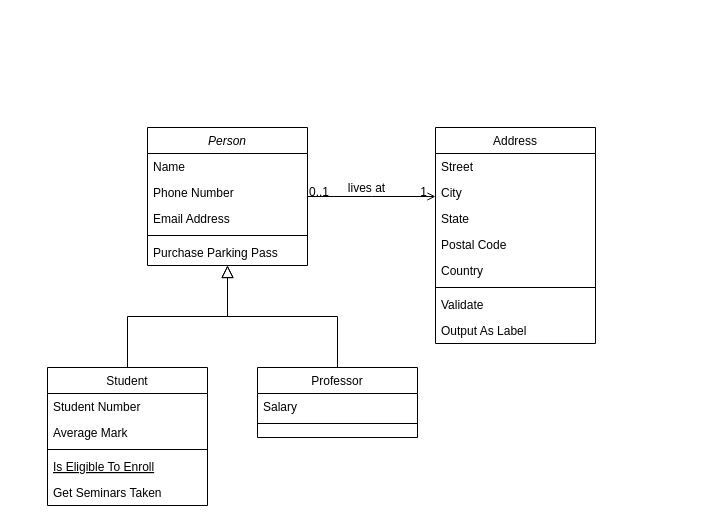
Above: Diagrama sin título.drawio in Mafesita23/Mensajeria (draw.io), before the change. Source tidied: cells renumbered, new cells numbered last; positions are measured from the earlier drawing's top-left corner, leaving out a move shared by most shapes. Both pictures are drawn from the tidied source at 100%, with x=0, y=0 at pixel (47, 127).
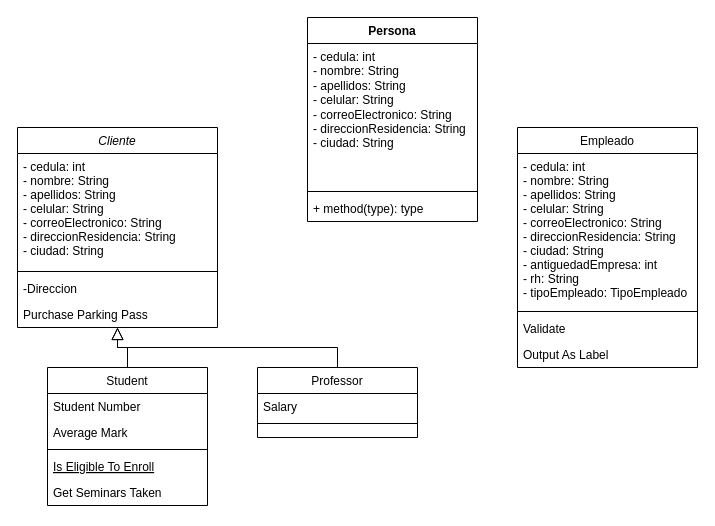
After the change.

Change to the diagram source:
```diff
@@
-    <mxCell id="2" value="Person" style="swimlane;fontStyle=2;align=center;verticalAlign=top;horizontal=1;startSize=26;rounded=0;shadow=0;strokeWidth=1;" parent="1" vertex="1">
-      <mxGeometry x="100" width="160" height="138" as="geometry" />
+    <mxCell id="2" value="Cliente" style="swimlane;fontStyle=2;align=center;verticalAlign=top;horizontal=1;startSize=26;rounded=0;shadow=0;strokeWidth=1;" parent="1" vertex="1">
+      <mxGeometry x="-30" width="200" height="200" as="geometry" />
     </mxCell>
-    <mxCell id="3" value="Name" style="text;align=left;verticalAlign=top;spacingLeft=4;spacingRight=4;overflow=hidden;" parent="2" vertex="1">
-      <mxGeometry y="26" width="160" height="26" as="geometry" />
+    <mxCell id="3" value="- cedula: int   &#10;- nombre: String&#10;- apellidos: String &#10;- celular: String&#10;- correoElectronico: String &#10;- direccionResidencia: String &#10;- ciudad: String " style="text;align=left;verticalAlign=top;spacingLeft=4;spacingRight=4;overflow=hidden;" parent="2" vertex="1">
+      <mxGeometry y="26" width="200" height="114" as="geometry" />
     </mxCell>
-    <mxCell id="4" value="Phone Number" style="text;align=left;verticalAlign=top;spacingLeft=4;spacingRight=4;overflow=hidden;rounded=0;shadow=0;html=0;" parent="2" vertex="1">
-      <mxGeometry y="52" width="160" height="26" as="geometry" />
-    </mxCell>
-    <mxCell id="5" value="Email Address" style="text;align=left;verticalAlign=top;spacingLeft=4;spacingRight=4;overflow=hidden;rounded=0;shadow=0;html=0;" parent="2" vertex="1">
-      <mxGeometry y="78" width="160" height="26" as="geometry" />
-    </mxCell>
     <mxCell id="6" style="line;html=1;strokeWidth=1;align=left;verticalAlign=middle;spacingTop=-1;spacingLeft=3;spacingRight=3;labelPosition=right;" parent="2" vertex="1">
-      <mxGeometry y="104" width="160" height="8" as="geometry" />
+      <mxGeometry y="140" width="200" height="8" as="geometry" />
     </mxCell>
-    <mxCell id="7" value="Purchase Parking Pass" style="text;align=left;verticalAlign=top;spacingLeft=4;spacingRight=4;overflow=hidden;" parent="2" vertex="1">
-      <mxGeometry y="112" width="160" height="26" as="geometry" />
+    <mxCell id="7" value="-Direccion&#10;" style="text;align=left;verticalAlign=top;spacingLeft=4;spacingRight=4;overflow=hidden;" parent="2" vertex="1">
+      <mxGeometry y="148" width="200" height="26" as="geometry" />
     </mxCell>
+    <mxCell id="32" value="Purchase Parking Pass" style="text;align=left;verticalAlign=top;spacingLeft=4;spacingRight=4;overflow=hidden;" parent="2" vertex="1">
+      <mxGeometry y="174" width="200" height="26" as="geometry" />
+    </mxCell>
@@
-    <mxCell id="19" value="Address" style="swimlane;fontStyle=0;align=center;verticalAlign=top;horizontal=1;startSize=26;rounded=0;shadow=0;strokeWidth=1;" parent="1" vertex="1">
-      <mxGeometry x="388" width="160" height="216" as="geometry" />
+    <mxCell id="19" value="Empleado" style="swimlane;fontStyle=0;align=center;verticalAlign=top;horizontal=1;startSize=26;rounded=0;shadow=0;strokeWidth=1;" parent="1" vertex="1">
+      <mxGeometry x="470" width="180" height="240" as="geometry" />
     </mxCell>
-    <mxCell id="20" value="Street" style="text;align=left;verticalAlign=top;spacingLeft=4;spacingRight=4;overflow=hidden;" parent="19" vertex="1">
-      <mxGeometry y="26" width="160" height="26" as="geometry" />
+    <mxCell id="20" value="- cedula: int   &#10;- nombre: String&#10;- apellidos: String &#10;- celular: String&#10;- correoElectronico: String &#10;- direccionResidencia: String &#10;- ciudad: String &#10;- antiguedadEmpresa: int &#10;- rh: String     &#10;- tipoEmpleado: TipoEmpleado " style="text;align=left;verticalAlign=top;spacingLeft=4;spacingRight=4;overflow=hidden;" parent="19" vertex="1">
+      <mxGeometry y="26" width="180" height="154" as="geometry" />
     </mxCell>
-    <mxCell id="21" value="City" style="text;align=left;verticalAlign=top;spacingLeft=4;spacingRight=4;overflow=hidden;rounded=0;shadow=0;html=0;" parent="19" vertex="1">
-      <mxGeometry y="52" width="160" height="26" as="geometry" />
-    </mxCell>
-    <mxCell id="22" value="State" style="text;align=left;verticalAlign=top;spacingLeft=4;spacingRight=4;overflow=hidden;rounded=0;shadow=0;html=0;" parent="19" vertex="1">
-      <mxGeometry y="78" width="160" height="26" as="geometry" />
-    </mxCell>
-    <mxCell id="23" value="Postal Code" style="text;align=left;verticalAlign=top;spacingLeft=4;spacingRight=4;overflow=hidden;rounded=0;shadow=0;html=0;" parent="19" vertex="1">
-      <mxGeometry y="104" width="160" height="26" as="geometry" />
-    </mxCell>
-    <mxCell id="24" value="Country" style="text;align=left;verticalAlign=top;spacingLeft=4;spacingRight=4;overflow=hidden;rounded=0;shadow=0;html=0;" parent="19" vertex="1">
-      <mxGeometry y="130" width="160" height="26" as="geometry" />
-    </mxCell>
     <mxCell id="25" style="line;html=1;strokeWidth=1;align=left;verticalAlign=middle;spacingTop=-1;spacingLeft=3;spacingRight=3;labelPosition=right;" parent="19" vertex="1">
-      <mxGeometry y="156" width="160" height="8" as="geometry" />
+      <mxGeometry y="180" width="180" height="8" as="geometry" />
     </mxCell>
     <mxCell id="26" value="Validate" style="text;align=left;verticalAlign=top;spacingLeft=4;spacingRight=4;overflow=hidden;" parent="19" vertex="1">
-      <mxGeometry y="164" width="160" height="26" as="geometry" />
+      <mxGeometry y="188" width="180" height="26" as="geometry" />
     </mxCell>
     <mxCell id="27" value="Output As Label" style="text;align=left;verticalAlign=top;spacingLeft=4;spacingRight=4;overflow=hidden;" parent="19" vertex="1">
-      <mxGeometry y="190" width="160" height="26" as="geometry" />
+      <mxGeometry y="214" width="180" height="26" as="geometry" />
     </mxCell>
-    <mxCell id="28" style="endArrow=open;shadow=0;strokeWidth=1;rounded=0;endFill=1;edgeStyle=elbowEdgeStyle;elbow=vertical;" parent="1" edge="1" source="2" target="19">
-      <mxGeometry x="0.5" y="41" relative="1" as="geometry">
-        <mxPoint x="-40" y="32" as="offset" />
-      </mxGeometry>
-    </mxCell>
-    <mxCell id="29" value="0..1" style="align=left;verticalAlign=bottom;labelBackgroundColor=none;fontSize=12;" parent="28" vertex="1">
-      <mxGeometry x="-1" relative="1" as="geometry">
-        <mxPoint y="4" as="offset" />
-      </mxGeometry>
-    </mxCell>
-    <mxCell id="30" value="1" style="align=right;verticalAlign=bottom;labelBackgroundColor=none;fontSize=12;" parent="28" vertex="1">
-      <mxGeometry x="1" relative="1" as="geometry">
-        <mxPoint x="-7" y="4" as="offset" />
-      </mxGeometry>
-    </mxCell>
-    <mxCell id="31" value="lives at" style="text;html=1;align=center;verticalAlign=middle;labelBackgroundColor=none;rounded=0;shadow=0;strokeWidth=1;fontSize=12;" parent="28" vertex="1">
-      <mxGeometry x="0.5" y="49" relative="1" as="geometry">
-        <mxPoint x="-38" y="40" as="offset" />
-      </mxGeometry>
-    </mxCell>
+    <mxCell id="33" value="Persona" style="swimlane;fontStyle=1;align=center;verticalAlign=top;horizontal=1;startSize=26;whiteSpace=wrap;html=1;" parent="1" vertex="1">
+      <mxGeometry x="260" y="-110" width="170" height="204" as="geometry" />
+    </mxCell>
+    <mxCell id="34" value="&lt;div&gt;- cedula: int&amp;nbsp; &amp;nbsp;&lt;/div&gt;&lt;div&gt;- nombre: String&lt;/div&gt;&lt;div&gt;- apellidos: String&amp;nbsp;&lt;/div&gt;&lt;div&gt;- celular: String&lt;/div&gt;&lt;div&gt;- correoElectronico: String&amp;nbsp;&lt;/div&gt;&lt;div&gt;- direccionResidencia: String&amp;nbsp;&lt;/div&gt;&lt;div&gt;- ciudad: String&amp;nbsp;&lt;/div&gt;" style="text;strokeColor=none;fillColor=none;align=left;verticalAlign=top;spacingLeft=4;spacingRight=4;overflow=hidden;whiteSpace=wrap;html=1;" parent="33" vertex="1">
+      <mxGeometry y="26" width="170" height="144" as="geometry" />
+    </mxCell>
+    <mxCell id="35" style="line;strokeWidth=1;fillColor=none;align=left;verticalAlign=middle;spacingTop=-1;spacingLeft=3;spacingRight=3;labelPosition=right;strokeColor=inherit;" parent="33" vertex="1">
+      <mxGeometry y="170" width="170" height="8" as="geometry" />
+    </mxCell>
+    <mxCell id="36" value="+ method(type): type" style="text;strokeColor=none;fillColor=none;align=left;verticalAlign=top;spacingLeft=4;spacingRight=4;overflow=hidden;whiteSpace=wrap;html=1;" parent="33" vertex="1">
+      <mxGeometry y="178" width="170" height="26" as="geometry" />
+    </mxCell>
```
